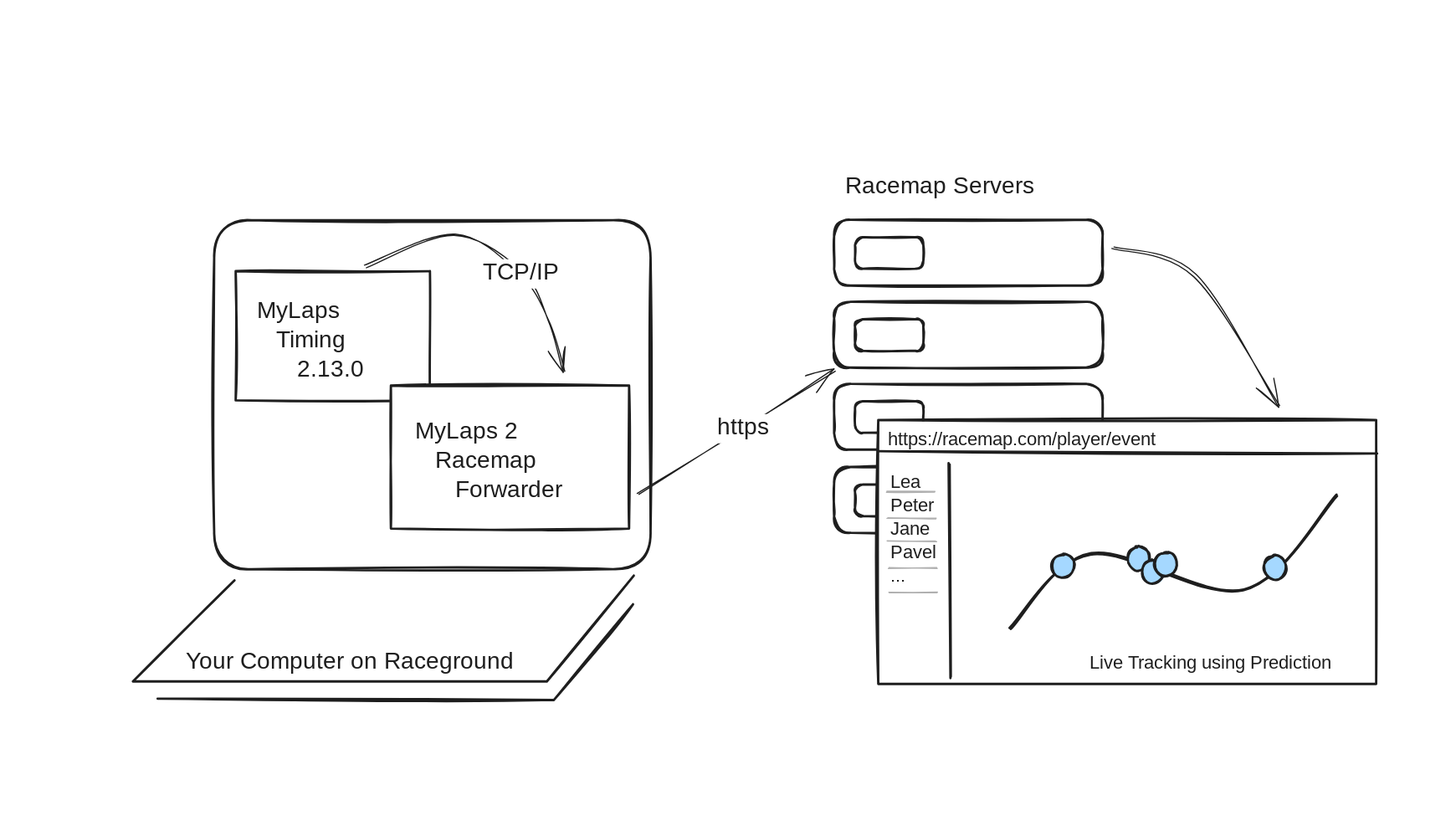
Earlier version of the Excalidraw export docs/information-flow.excalidraw.svg (racemap/mylaps-to-racemap-forwarder). Source tidied: one line per element, renumbered; positions are measured from the earlier drawing's top-left corner, leaving out a move shared by most shapes.
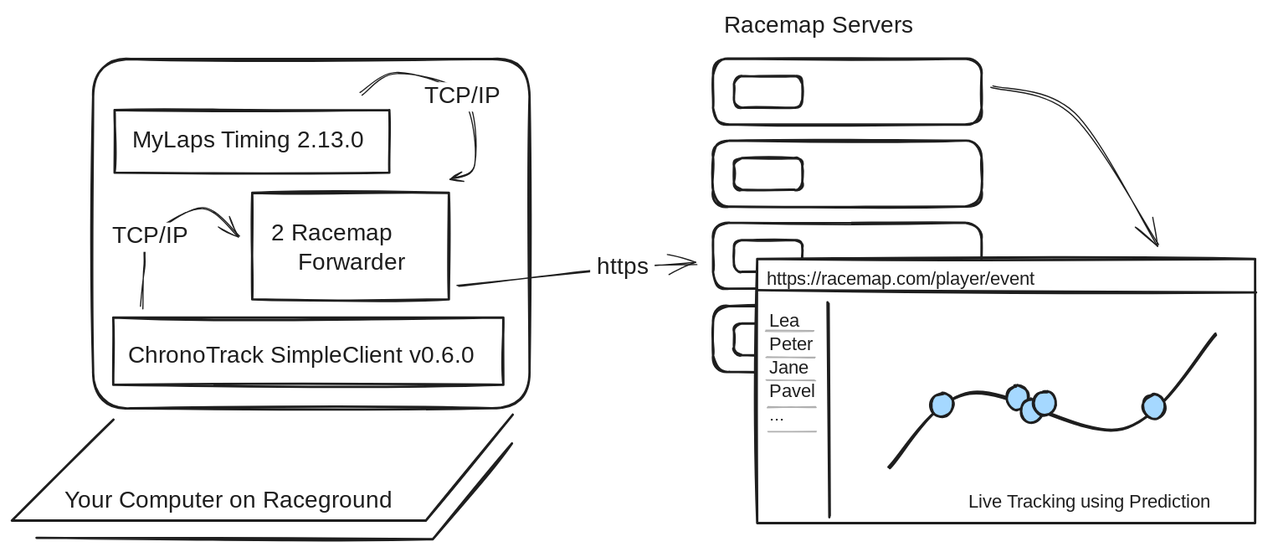
The same diagram one commit later.

What changed in the source:
```diff
@@ -1,12 +1,12 @@
 {"id": 0, "type": "rectangle", "strokeColor": "#1e1e1e", "strokeWidth": 2, "roughness": 1, "round": true, "x": 69, "y": 40, "width": 372, "height": 298}
 {"id": 1, "type": "line", "strokeColor": "#1e1e1e", "strokeWidth": 2, "roughness": 1, "x": 427, "y": 344, "width": 427, "height": 90, "points": [[0, 0], [-74, 90], [-427, 90], [-341, 4]]}
-{"id": 2, "type": "rectangle", "strokeColor": "#1e1e1e", "strokeWidth": 2, "roughness": 1, "x": 88, "y": 84, "width": 166, "height": 110}
+{"id": 2, "type": "rectangle", "strokeColor": "#1e1e1e", "strokeWidth": 2, "roughness": 1, "x": 88, "y": 84, "width": 234, "height": 53}
-{"id": 3, "type": "text", "text": "MyLaps\n   Timing \n      2.13.0", "strokeColor": "#1e1e1e", "strokeWidth": 2, "roughness": 1, "fontSize": 20, "fontFamily": 5, "x": 106, "y": 106, "width": 107, "height": 75}
+{"id": 3, "type": "text", "text": "MyLaps Timing 2.13.0", "strokeColor": "#1e1e1e", "strokeWidth": 2, "roughness": 1, "fontSize": 20, "fontFamily": 5, "x": 103, "y": 98, "width": 207, "height": 25}
-{"id": 4, "type": "rectangle", "strokeColor": "#1e1e1e", "backgroundColor": "#ffffff", "fillStyle": "solid", "strokeWidth": 2, "roughness": 1, "x": 220, "y": 182, "width": 203, "height": 122}
+{"id": 4, "type": "rectangle", "strokeColor": "#1e1e1e", "backgroundColor": "#ffffff", "fillStyle": "solid", "strokeWidth": 2, "roughness": 1, "x": 205, "y": 154, "width": 168, "height": 91}
-{"id": 5, "type": "text", "text": "MyLaps 2\n   Racemap\n      Forwarder", "strokeColor": "#1e1e1e", "backgroundColor": "#ffffff", "fillStyle": "solid", "strokeWidth": 2, "roughness": 1, "fontSize": 20, "fontFamily": 5, "x": 241, "y": 209, "width": 145, "height": 75}
+{"id": 5, "type": "text", "text": " 2 Racemap\n     Forwarder", "strokeColor": "#1e1e1e", "backgroundColor": "#ffffff", "fillStyle": "solid", "strokeWidth": 2, "roughness": 1, "fontSize": 20, "fontFamily": 5, "x": 216, "y": 178, "width": 137, "height": 50}
-{"id": 6, "type": "arrow", "strokeColor": "#1e1e1e", "backgroundColor": "#ffffff", "fillStyle": "solid", "strokeWidth": 1, "roughness": 1, "endArrowhead": "arrow", "round": true, "from": 4, "to": 15, "x": 432, "y": 274, "width": 168, "height": 105, "points": [[0, 0], [89, -55], [168, -105]]}
+{"id": 6, "type": "arrow", "strokeColor": "#1e1e1e", "backgroundColor": "#ffffff", "fillStyle": "solid", "strokeWidth": 1, "roughness": 1, "endArrowhead": "arrow", "round": true, "from": 4, "to": 15, "x": 382, "y": 234, "width": 204, "height": 19, "points": [[0, 0], [140, -15], [204, -19]]}
 {"id": 7, "type": "text", "text": "https", "strokeColor": "#1e1e1e", "backgroundColor": "#ffffff", "fillStyle": "solid", "strokeWidth": 2, "roughness": 1, "fontSize": 20, "fontFamily": 5, "textAlign": "center", "verticalAlign": "middle", "inside": 6, "x": 508, "y": 265, "width": 55, "height": 25}
-{"id": 8, "type": "arrow", "strokeColor": "#1e1e1e", "backgroundColor": "#ffffff", "fillStyle": "solid", "strokeWidth": 1, "roughness": 1, "endArrowhead": "arrow", "round": true, "from": 2, "to": 4, "x": 199, "y": 80, "width": 170, "height": 116, "points": [[0, 0], [77, -26], [133, 7], [157, 47], [170, 89]]}
+{"id": 8, "type": "arrow", "strokeColor": "#1e1e1e", "backgroundColor": "#ffffff", "fillStyle": "solid", "strokeWidth": 1, "roughness": 1, "endArrowhead": "arrow", "round": true, "from": 2, "to": 4, "x": 298, "y": 70, "width": 98, "height": 89, "points": [[0, 0], [32, -17], [87, 3], [98, 60], [77, 72]]}
 {"id": 9, "type": "text", "text": "TCP/IP", "strokeColor": "#1e1e1e", "backgroundColor": "#ffffff", "fillStyle": "solid", "strokeWidth": 2, "roughness": 1, "fontSize": 20, "fontFamily": 5, "textAlign": "center", "verticalAlign": "middle", "inside": 8, "x": 294, "y": 52, "width": 80, "height": 25}
 {"id": 10, "type": "text", "text": "Racemap Servers", "strokeColor": "#1e1e1e", "backgroundColor": "#ffffff", "fillStyle": "solid", "strokeWidth": 2, "roughness": 1, "fontSize": 20, "fontFamily": 5, "x": 608, "y": 0, "width": 162, "height": 25}
 {"id": 11, "type": "rectangle", "strokeColor": "#1e1e1e", "backgroundColor": "#ffffff", "fillStyle": "solid", "strokeWidth": 2, "roughness": 1, "round": true, "x": 599, "y": 40, "width": 229, "height": 56}
@@ -37,3 +37,7 @@
 {"id": 36, "type": "line", "strokeColor": "#b0b0b0", "backgroundColor": "#ffffff", "fillStyle": "solid", "strokeWidth": 1, "roughness": 1, "round": true, "x": 645, "y": 337, "width": 41, "height": 0, "points": [[0, 0], [41, 0]]}
 {"id": 37, "type": "line", "strokeColor": "#b0b0b0", "backgroundColor": "#ffffff", "fillStyle": "solid", "strokeWidth": 1, "roughness": 1, "round": true, "x": 645, "y": 358, "width": 41, "height": 0, "points": [[0, 0], [41, 0]]}
 {"id": 38, "type": "arrow", "strokeColor": "#1e1e1e", "backgroundColor": "#ffffff", "fillStyle": "solid", "strokeWidth": 1, "roughness": 1, "endArrowhead": "arrow", "round": true, "from": 11, "to": 21, "x": 836, "y": 65, "width": 143, "height": 134, "points": [[0, 0], [70, 23], [143, 134]]}
+{"id": 39, "type": "rectangle", "strokeColor": "#1e1e1e", "strokeWidth": 2, "roughness": 1, "x": 87, "y": 261, "width": 333, "height": 57}
+{"id": 40, "type": "text", "text": "ChronoTrack SimpleClient v0.6.0", "strokeColor": "#1e1e1e", "strokeWidth": 2, "roughness": 1, "fontSize": 20, "fontFamily": 5, "x": 99, "y": 282, "width": 308, "height": 25}
+{"id": 41, "type": "arrow", "strokeColor": "#1e1e1e", "backgroundColor": "#ffffff", "fillStyle": "solid", "strokeWidth": 1, "roughness": 1, "endArrowhead": "arrow", "round": true, "from": 39, "to": 4, "x": 110, "y": 252, "width": 83, "height": 84, "points": [[0, 0], [3, -33], [8, -60], [53, -84], [83, -61]]}
+{"id": 42, "type": "text", "text": "TCP/IP", "strokeColor": "#1e1e1e", "backgroundColor": "#ffffff", "fillStyle": "solid", "strokeWidth": 2, "roughness": 1, "fontSize": 20, "fontFamily": 5, "textAlign": "center", "verticalAlign": "middle", "inside": 41, "x": -14, "y": 139, "width": 80, "height": 25}
```
